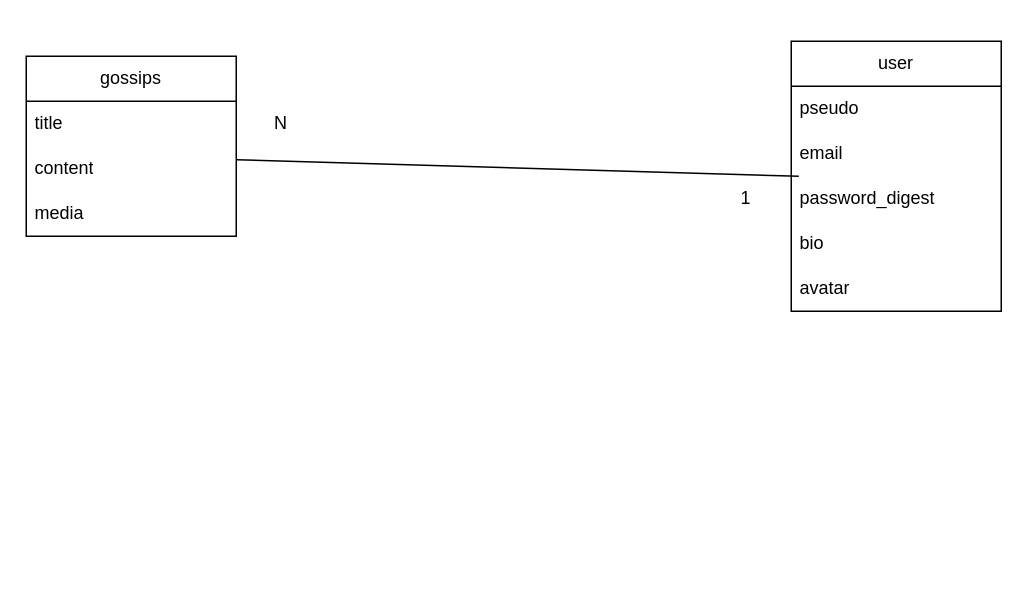
Before: relation.drawio in RosaBen/newGossipProject, a draw.io diagram. Source tidied: cells renumbered, new cells numbered last; positions are measured from the earlier drawing's top-left corner, leaving out a move shared by most shapes. Both pictures are drawn from the tidied source at 150%, with x=0, y=0 at pixel (26, 40).
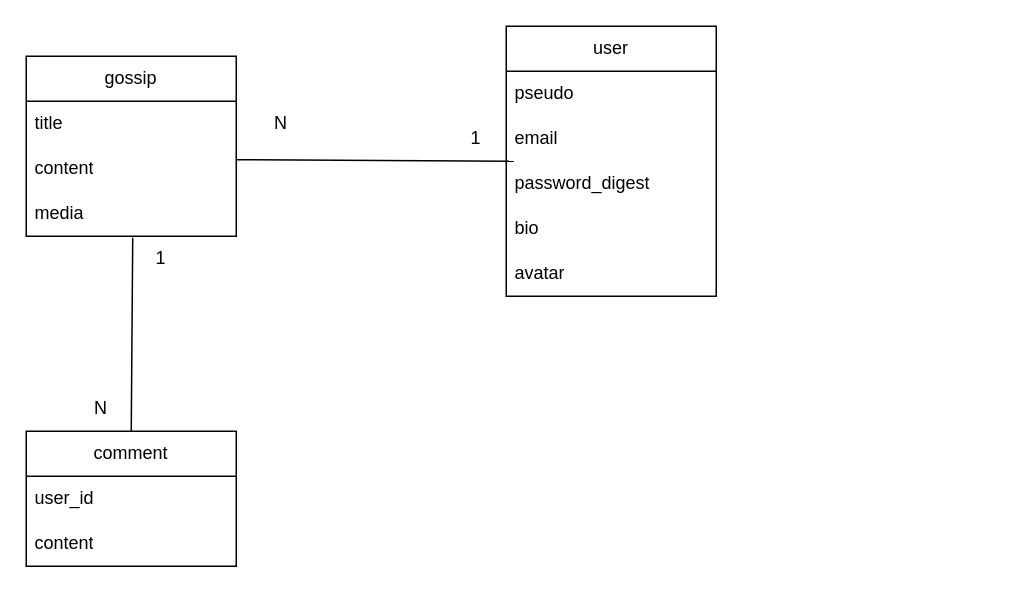
Above is the later version.

Unchanged cells that the change refers to:
```xml
<mxCell id="5" value="media" style="text;strokeColor=none;fillColor=none;align=left;verticalAlign=middle;spacingLeft=4;spacingRight=4;overflow=hidden;points=[[0,0.5],[1,0.5]];portConstraint=eastwest;whiteSpace=wrap;html=1;" parent="2" vertex="1">
  <mxGeometry y="90" width="140" height="30" as="geometry" />
</mxCell>
```

What changed in the source:
```diff
@@
-    <mxCell id="2" value="gossips" style="swimlane;fontStyle=0;horizontal=1;startSize=30;whiteSpace=wrap;html=1;" parent="1" vertex="1">
+    <mxCell id="2" value="gossip" style="swimlane;fontStyle=0;horizontal=1;startSize=30;whiteSpace=wrap;html=1;" parent="1" vertex="1">
       <mxGeometry y="10" width="140" height="120" as="geometry" />
     </mxCell>
@@
     <mxCell id="6" value="user" style="swimlane;fontStyle=0;horizontal=1;startSize=30;whiteSpace=wrap;html=1;" parent="1" vertex="1">
-      <mxGeometry x="510" width="140" height="180" as="geometry" />
+      <mxGeometry x="320" y="-10" width="140" height="180" as="geometry" />
     </mxCell>
@@
     <mxCell id="14" value="1" style="text;html=1;align=center;verticalAlign=middle;whiteSpace=wrap;rounded=0;" parent="1" vertex="1">
-      <mxGeometry x="450" y="90" width="60" height="30" as="geometry" />
+      <mxGeometry x="270" y="50" width="60" height="30" as="geometry" />
     </mxCell>
+    <mxCell id="15" value="comment" style="swimlane;fontStyle=0;horizontal=1;startSize=30;whiteSpace=wrap;html=1;" parent="1" vertex="1">
+      <mxGeometry y="260" width="140" height="90" as="geometry" />
+    </mxCell>
+    <mxCell id="16" value="user_id" style="text;strokeColor=none;fillColor=none;align=left;verticalAlign=middle;spacingLeft=4;spacingRight=4;overflow=hidden;whiteSpace=wrap;html=1;" parent="15" vertex="1">
+      <mxGeometry y="30" width="140" height="30" as="geometry" />
+    </mxCell>
+    <mxCell id="17" value="content" style="text;strokeColor=none;fillColor=none;align=left;verticalAlign=middle;spacingLeft=4;spacingRight=4;overflow=hidden;whiteSpace=wrap;html=1;" parent="15" vertex="1">
+      <mxGeometry y="60" width="140" height="30" as="geometry" />
+    </mxCell>
+    <mxCell id="18" style="endArrow=none;html=1;entryX=0.507;entryY=1.033;entryDx=0;entryDy=0;entryPerimeter=0;" parent="1" edge="1" target="5">
+      <mxGeometry relative="1" as="geometry">
+        <mxPoint x="70" y="260" as="sourcePoint" />
+      </mxGeometry>
+    </mxCell>
+    <mxCell id="19" value="N" style="text;html=1;align=center;verticalAlign=middle;whiteSpace=wrap;rounded=0;" parent="1" vertex="1">
+      <mxGeometry x="20" y="230" width="60" height="30" as="geometry" />
+    </mxCell>
+    <mxCell id="20" value="1" style="text;html=1;align=center;verticalAlign=middle;whiteSpace=wrap;rounded=0;" parent="1" vertex="1">
+      <mxGeometry x="60" y="130" width="60" height="30" as="geometry" />
+    </mxCell>
```
